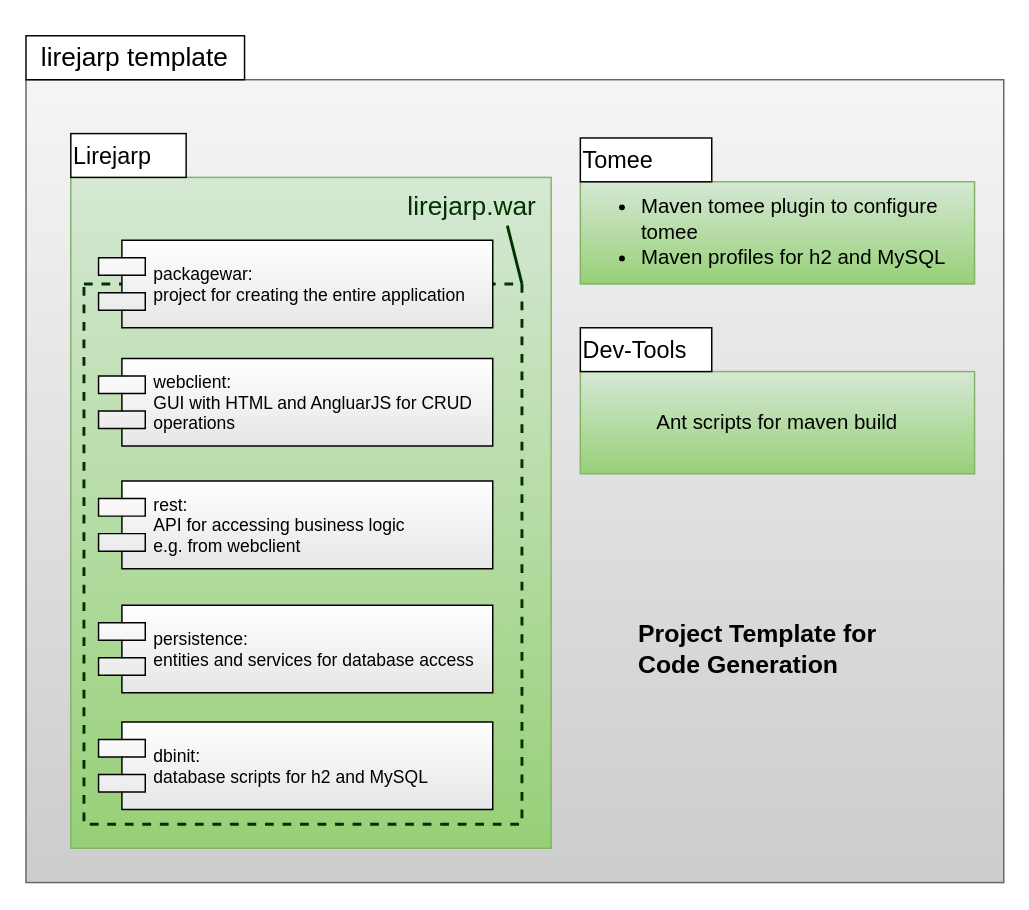
Before: docs/diagrams/Untitled Diagram.drawio in starwit/lj-projectbuilder, a draw.io diagram. Source tidied: cells renumbered, new cells numbered last; positions are measured from the earlier drawing's top-left corner, leaving out a move shared by most shapes. Both pictures are drawn from the tidied source at 146%, with x=0, y=0 at pixel (25, 35).
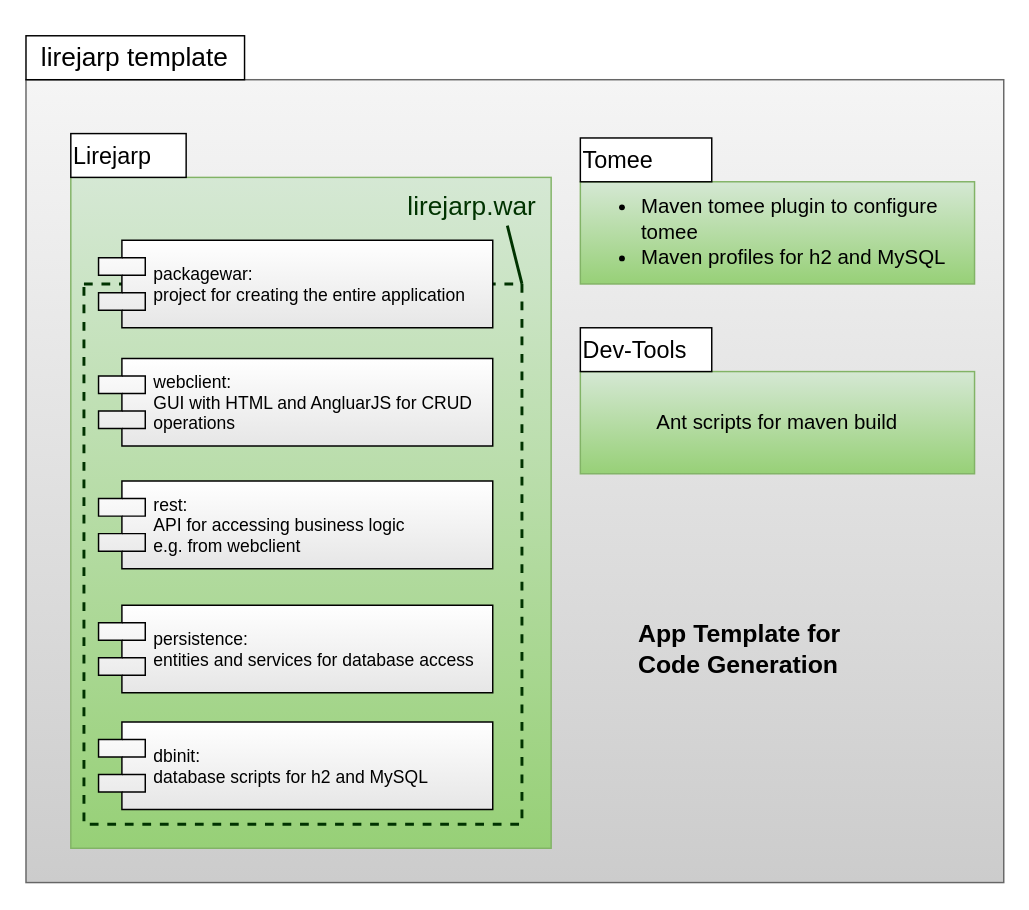
After the change.

Change to the diagram source:
```diff
@@
-    <mxCell id="13" value="&lt;h1 style=&quot;font-size: 17px&quot;&gt;&lt;font style=&quot;font-size: 17px&quot;&gt;Project Template for Code Generation&lt;/font&gt;&lt;/h1&gt;" style="text;html=1;strokeColor=none;fillColor=none;spacing=5;spacingTop=-20;whiteSpace=wrap;overflow=hidden;rounded=0;dashed=1;fontFamily=Helvetica;fontSize=18;align=left;" parent="4" vertex="1">
+    <mxCell id="13" value="&lt;h1 style=&quot;font-size: 17px&quot;&gt;&lt;font style=&quot;font-size: 17px&quot;&gt;App Template for Code Generation&lt;/font&gt;&lt;/h1&gt;" style="text;html=1;strokeColor=none;fillColor=none;spacing=5;spacingTop=-20;whiteSpace=wrap;overflow=hidden;rounded=0;dashed=1;fontFamily=Helvetica;fontSize=18;align=left;" parent="4" vertex="1">
       <mxGeometry x="415" y="400" width="190" height="120" as="geometry" />
     </mxCell>
```
